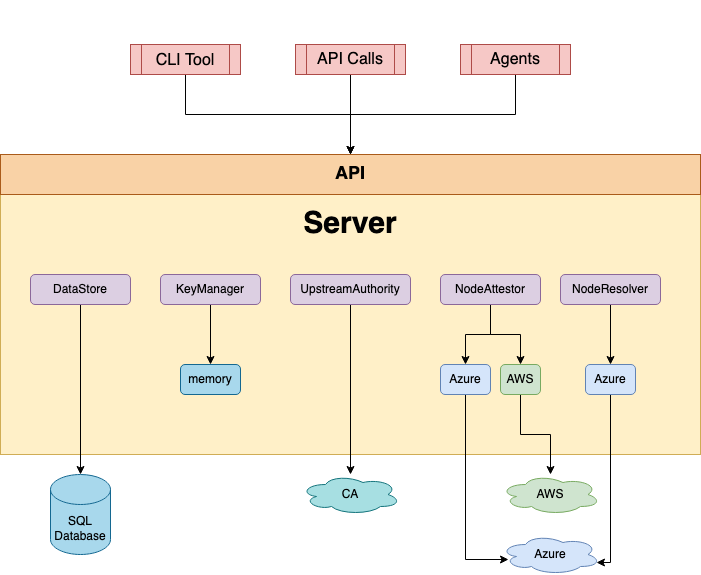
Before: static/img/server.png, a diagram exported from draw.io (spiffe/spiffe.io). Source tidied: cells renumbered, new cells last; positions are measured from the earlier drawing's top-left corner, leaving out a move shared by most shapes.
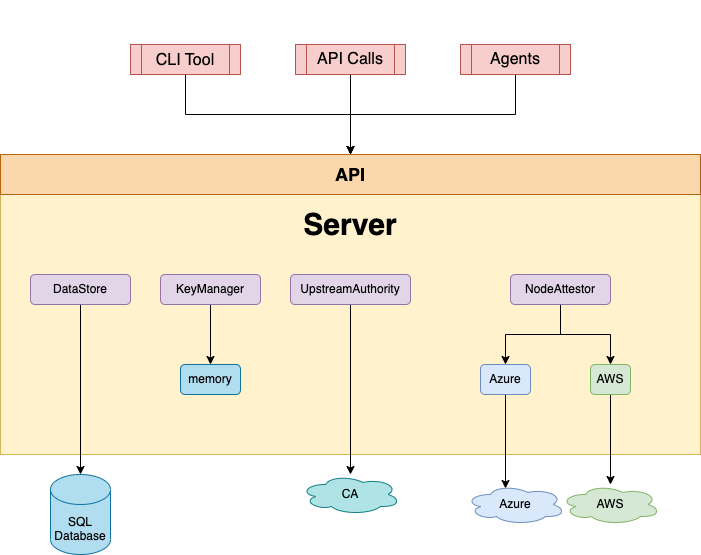
Above is the later version.

The edit, as a diff of the source:
```diff
@@ -30,48 +30,28 @@
       <mxGeometry relative="1" as="geometry" />
     </mxCell>
     <mxCell id="11" value="NodeAttestor" style="rounded=1;whiteSpace=wrap;html=1;fillColor=#e1d5e7;strokeColor=#9673a6;" parent="1" vertex="1">
-      <mxGeometry x="440" y="230" width="100" height="30" as="geometry" />
+      <mxGeometry x="510" y="230" width="100" height="30" as="geometry" />
     </mxCell>
-    <mxCell id="12" style="edgeStyle=orthogonalEdgeStyle;rounded=0;jettySize=auto;html=1;exitX=0.5;exitY=1;exitDx=0;exitDy=0;entryX=0.5;entryY=0;entryDx=0;entryDy=0;" parent="1" edge="1" source="13" target="19">
-      <mxGeometry relative="1" as="geometry" />
-    </mxCell>
-    <mxCell id="13" value="NodeResolver" style="rounded=1;whiteSpace=wrap;html=1;fillColor=#e1d5e7;strokeColor=#9673a6;" parent="1" vertex="1">
-      <mxGeometry x="560" y="230" width="100" height="30" as="geometry" />
-    </mxCell>
     <mxCell id="14" style="edgeStyle=orthogonalEdgeStyle;rounded=0;jettySize=auto;html=1;" parent="1" edge="1" source="15" target="21">
       <mxGeometry relative="1" as="geometry" />
     </mxCell>
     <mxCell id="15" value="AWS" style="rounded=1;whiteSpace=wrap;html=1;fillColor=#d5e8d4;strokeColor=#82b366;" parent="1" vertex="1">
-      <mxGeometry x="500" y="320" width="40" height="30" as="geometry" />
+      <mxGeometry x="590" y="320" width="40" height="30" as="geometry" />
     </mxCell>
-    <mxCell id="16" style="edgeStyle=orthogonalEdgeStyle;rounded=0;jettySize=auto;html=1;exitX=0.5;exitY=1;exitDx=0;exitDy=0;entryX=0.08;entryY=0.625;entryDx=0;entryDy=0;entryPerimeter=0;" parent="1" edge="1" source="17" target="22">
-      <mxGeometry relative="1" as="geometry">
-        <Array as="points">
-          <mxPoint x="465" y="515" />
-        </Array>
-      </mxGeometry>
+    <mxCell id="16" style="edgeStyle=orthogonalEdgeStyle;rounded=0;jettySize=auto;html=1;exitX=0.5;exitY=1;exitDx=0;exitDy=0;entryX=0.4;entryY=0.1;entryDx=0;entryDy=0;entryPerimeter=0;" parent="1" edge="1" source="17" target="22">
+      <mxGeometry relative="1" as="geometry" />
     </mxCell>
     <mxCell id="17" value="Azure" style="rounded=1;whiteSpace=wrap;html=1;fillColor=#dae8fc;strokeColor=#6c8ebf;" parent="1" vertex="1">
-      <mxGeometry x="440" y="320" width="50" height="30" as="geometry" />
+      <mxGeometry x="480" y="320" width="50" height="30" as="geometry" />
     </mxCell>
-    <mxCell id="18" style="edgeStyle=orthogonalEdgeStyle;rounded=0;jettySize=auto;html=1;fontSize=16;entryX=0.96;entryY=0.7;entryDx=0;entryDy=0;entryPerimeter=0;" parent="1" edge="1" source="19" target="22">
-      <mxGeometry relative="1" as="geometry">
-        <Array as="points">
-          <mxPoint x="610" y="518" />
-        </Array>
-      </mxGeometry>
-    </mxCell>
-    <mxCell id="19" value="Azure" style="rounded=1;whiteSpace=wrap;html=1;fillColor=#dae8fc;strokeColor=#6c8ebf;" parent="1" vertex="1">
-      <mxGeometry x="585" y="320" width="50" height="30" as="geometry" />
-    </mxCell>
     <mxCell id="20" value="memory" style="rounded=1;whiteSpace=wrap;html=1;sketch=0;fillColor=#b1ddf0;strokeColor=#10739e;" parent="1" vertex="1">
       <mxGeometry x="180" y="320" width="60" height="30" as="geometry" />
     </mxCell>
     <mxCell id="21" value="AWS" style="ellipse;shape=cloud;whiteSpace=wrap;html=1;sketch=0;fillColor=#d5e8d4;strokeColor=#82b366;" parent="1" vertex="1">
-      <mxGeometry x="500" y="430" width="100" height="40" as="geometry" />
+      <mxGeometry x="560" y="440" width="100" height="40" as="geometry" />
     </mxCell>
     <mxCell id="22" value="Azure" style="ellipse;shape=cloud;whiteSpace=wrap;html=1;sketch=0;fillColor=#dae8fc;strokeColor=#6c8ebf;" parent="1" vertex="1">
-      <mxGeometry x="500" y="490" width="100" height="40" as="geometry" />
+      <mxGeometry x="465" y="440" width="100" height="40" as="geometry" />
     </mxCell>
     <mxCell id="23" value="CA" style="ellipse;shape=cloud;whiteSpace=wrap;html=1;sketch=0;fillColor=#b0e3e6;strokeColor=#0e8088;" parent="1" vertex="1">
       <mxGeometry x="300" y="430" width="100" height="40" as="geometry" />
```
